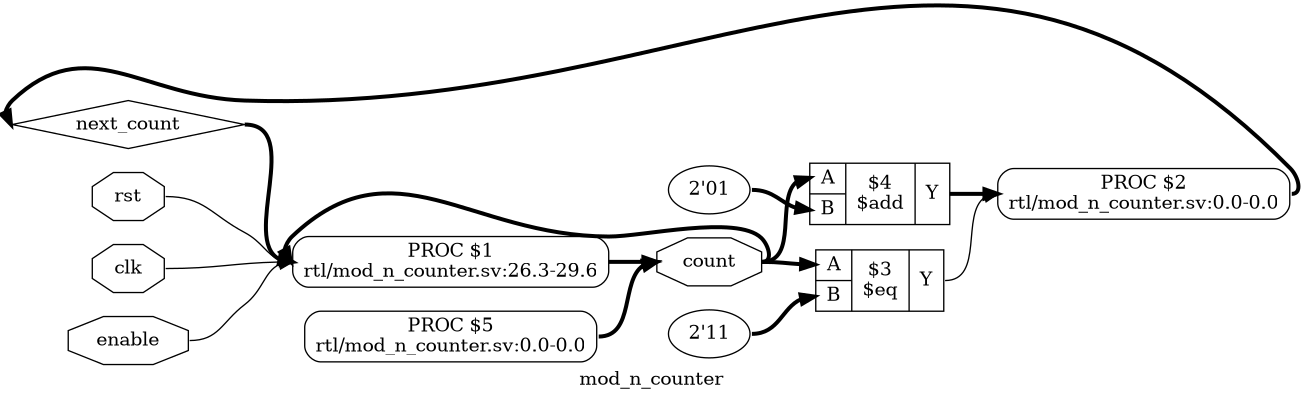
This is elaborated.png from Boddikan/fpga-digital-watch, a Graphviz export, as it was before one commit. Its source is kept beside it as elaborated.dot. Source of this version:
```dot
digraph "mod_n_counter" {
label="mod_n_counter";
rankdir="LR";
remincross=true;
n7 [ shape=diamond, label="next_count", color="black", fontcolor="black" ];
n8 [ shape=octagon, label="count", color="black", fontcolor="black" ];
n9 [ shape=octagon, label="enable", color="black", fontcolor="black" ];
n10 [ shape=octagon, label="rst", color="black", fontcolor="black" ];
n11 [ shape=octagon, label="clk", color="black", fontcolor="black" ];
v0 [ label="2'01" ];
c15 [ shape=record, label="{{<p12> A|<p13> B}|$4\n$add|{<p14> Y}}",  ];
v1 [ label="2'11" ];
c16 [ shape=record, label="{{<p12> A|<p13> B}|$3\n$eq|{<p14> Y}}",  ];
p2 [shape=box, style=rounded, label="PROC $5\nrtl/mod_n_counter.sv:0.0-0.0"];
p3 [shape=box, style=rounded, label="PROC $2\nrtl/mod_n_counter.sv:0.0-0.0"];
p4 [shape=box, style=rounded, label="PROC $1\nrtl/mod_n_counter.sv:26.3-29.6"];
n10:e -> p4:w [color="black", fontcolor="black", label=""];
n11:e -> p4:w [color="black", fontcolor="black", label=""];
c15:p14:e -> p3:w [color="black", fontcolor="black", style="setlinewidth(3)", label=""];
c16:p14:e -> p3:w [color="black", fontcolor="black", label=""];
p3:e -> n7:w [color="black", fontcolor="black", style="setlinewidth(3)", label=""];
n7:e -> p4:w [color="black", fontcolor="black", style="setlinewidth(3)", label=""];
p2:e -> n8:w [color="black", fontcolor="black", style="setlinewidth(3)", label=""];
p4:e -> n8:w [color="black", fontcolor="black", style="setlinewidth(3)", label=""];
n8:e -> c15:p12:w [color="black", fontcolor="black", style="setlinewidth(3)", label=""];
n8:e -> c16:p12:w [color="black", fontcolor="black", style="setlinewidth(3)", label=""];
n8:e -> p4:w [color="black", fontcolor="black", style="setlinewidth(3)", label=""];
n9:e -> p4:w [color="black", fontcolor="black", label=""];
v0:e -> c15:p13:w [color="black", fontcolor="black", style="setlinewidth(3)", label=""];
v1:e -> c16:p13:w [color="black", fontcolor="black", style="setlinewidth(3)", label=""];
}
```
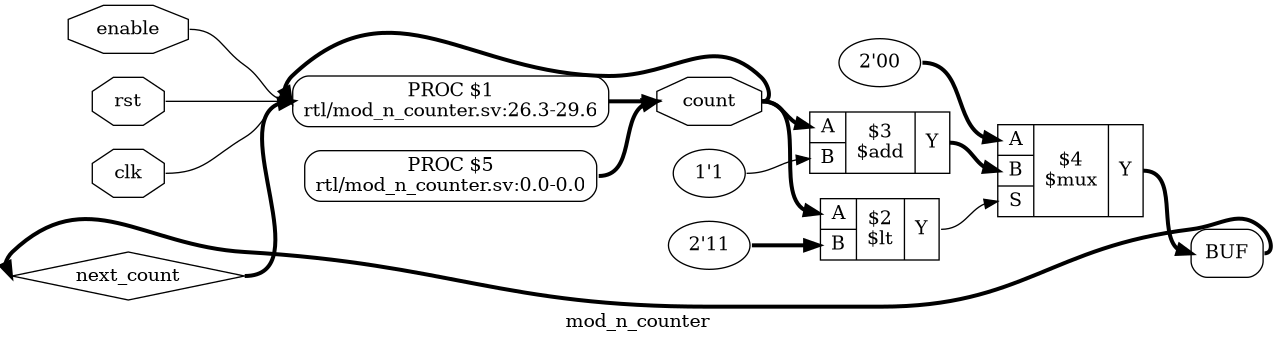
The same file after the commit.

Change to the diagram source:
```diff
@@ -2,30 +2,34 @@
 label="mod_n_counter";
 rankdir="LR";
 remincross=true;
-n7 [ shape=diamond, label="next_count", color="black", fontcolor="black" ];
-n8 [ shape=octagon, label="count", color="black", fontcolor="black" ];
-n9 [ shape=octagon, label="enable", color="black", fontcolor="black" ];
-n10 [ shape=octagon, label="rst", color="black", fontcolor="black" ];
-n11 [ shape=octagon, label="clk", color="black", fontcolor="black" ];
-v0 [ label="2'01" ];
-c15 [ shape=record, label="{{<p12> A|<p13> B}|$4\n$add|{<p14> Y}}",  ];
-v1 [ label="2'11" ];
-c16 [ shape=record, label="{{<p12> A|<p13> B}|$3\n$eq|{<p14> Y}}",  ];
-p2 [shape=box, style=rounded, label="PROC $5\nrtl/mod_n_counter.sv:0.0-0.0"];
-p3 [shape=box, style=rounded, label="PROC $2\nrtl/mod_n_counter.sv:0.0-0.0"];
+n6 [ shape=diamond, label="next_count", color="black", fontcolor="black" ];
+n7 [ shape=octagon, label="count", color="black", fontcolor="black" ];
+n8 [ shape=octagon, label="enable", color="black", fontcolor="black" ];
+n9 [ shape=octagon, label="rst", color="black", fontcolor="black" ];
+n10 [ shape=octagon, label="clk", color="black", fontcolor="black" ];
+v0 [ label="2'00" ];
+c15 [ shape=record, label="{{<p11> A|<p12> B|<p13> S}|$4\n$mux|{<p14> Y}}",  ];
+v1 [ label="1'1" ];
+c16 [ shape=record, label="{{<p11> A|<p12> B}|$3\n$add|{<p14> Y}}",  ];
+v2 [ label="2'11" ];
+c17 [ shape=record, label="{{<p11> A|<p12> B}|$2\n$lt|{<p14> Y}}",  ];
+p3 [shape=box, style=rounded, label="PROC $5\nrtl/mod_n_counter.sv:0.0-0.0"];
 p4 [shape=box, style=rounded, label="PROC $1\nrtl/mod_n_counter.sv:26.3-29.6"];
+x5 [shape=box, style=rounded, label="BUF", ];
 n10:e -> p4:w [color="black", fontcolor="black", label=""];
-n11:e -> p4:w [color="black", fontcolor="black", label=""];
-c15:p14:e -> p3:w [color="black", fontcolor="black", style="setlinewidth(3)", label=""];
-c16:p14:e -> p3:w [color="black", fontcolor="black", label=""];
+c15:p14:e -> x5:w [color="black", fontcolor="black", style="setlinewidth(3)", label=""];
+c16:p14:e -> c15:p12:w [color="black", fontcolor="black", style="setlinewidth(3)", label=""];
+c17:p14:e -> c15:p13:w [color="black", fontcolor="black", label=""];
+x5:e -> n6:w [color="black", fontcolor="black", style="setlinewidth(3)", label=""];
+n6:e -> p4:w [color="black", fontcolor="black", style="setlinewidth(3)", label=""];
 p3:e -> n7:w [color="black", fontcolor="black", style="setlinewidth(3)", label=""];
+p4:e -> n7:w [color="black", fontcolor="black", style="setlinewidth(3)", label=""];
+n7:e -> c16:p11:w [color="black", fontcolor="black", style="setlinewidth(3)", label=""];
+n7:e -> c17:p11:w [color="black", fontcolor="black", style="setlinewidth(3)", label=""];
 n7:e -> p4:w [color="black", fontcolor="black", style="setlinewidth(3)", label=""];
-p2:e -> n8:w [color="black", fontcolor="black", style="setlinewidth(3)", label=""];
-p4:e -> n8:w [color="black", fontcolor="black", style="setlinewidth(3)", label=""];
-n8:e -> c15:p12:w [color="black", fontcolor="black", style="setlinewidth(3)", label=""];
-n8:e -> c16:p12:w [color="black", fontcolor="black", style="setlinewidth(3)", label=""];
-n8:e -> p4:w [color="black", fontcolor="black", style="setlinewidth(3)", label=""];
+n8:e -> p4:w [color="black", fontcolor="black", label=""];
 n9:e -> p4:w [color="black", fontcolor="black", label=""];
-v0:e -> c15:p13:w [color="black", fontcolor="black", style="setlinewidth(3)", label=""];
-v1:e -> c16:p13:w [color="black", fontcolor="black", style="setlinewidth(3)", label=""];
+v0:e -> c15:p11:w [color="black", fontcolor="black", style="setlinewidth(3)", label=""];
+v1:e -> c16:p12:w [color="black", fontcolor="black", label=""];
+v2:e -> c17:p12:w [color="black", fontcolor="black", style="setlinewidth(3)", label=""];
 }
```
